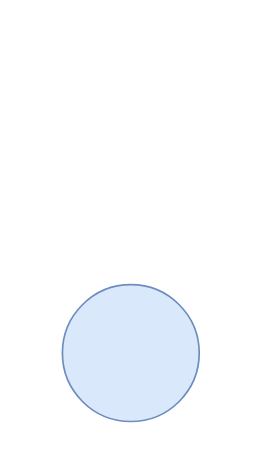
Earlier version of the draw.io diagram diagrama.drawio (Humbertico04/Proyecto_Lasagna). Source tidied: cells renumbered, new cells numbered last; positions are measured from the earlier drawing's top-left corner, leaving out a move shared by most shapes. Both pictures are drawn from the tidied source at 171%, with x=0, y=0 at pixel (62, 284).
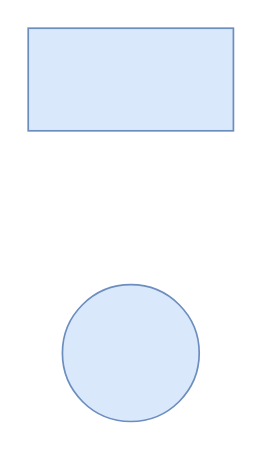
After the change.

Change to the diagram source:
```diff
@@
 <mxGraphModel>
   <root>
     <mxCell id="0" />
     <mxCell id="1" parent="0" />
     <mxCell id="2" style="ellipse;whiteSpace=wrap;html=1;fillColor=#dae8fc;strokeColor=#6c8ebf;" parent="1" vertex="1">
       <mxGeometry width="80" height="80" as="geometry" />
     </mxCell>
+    <mxCell id="3" style="rounded=0;whiteSpace=wrap;html=1;fillColor=#dae8fc;strokeColor=#6c8ebf;" parent="1" vertex="1">
+      <mxGeometry x="-20" y="-150" width="120" height="60" as="geometry" />
+    </mxCell>
   </root>
 </mxGraphModel>
```
